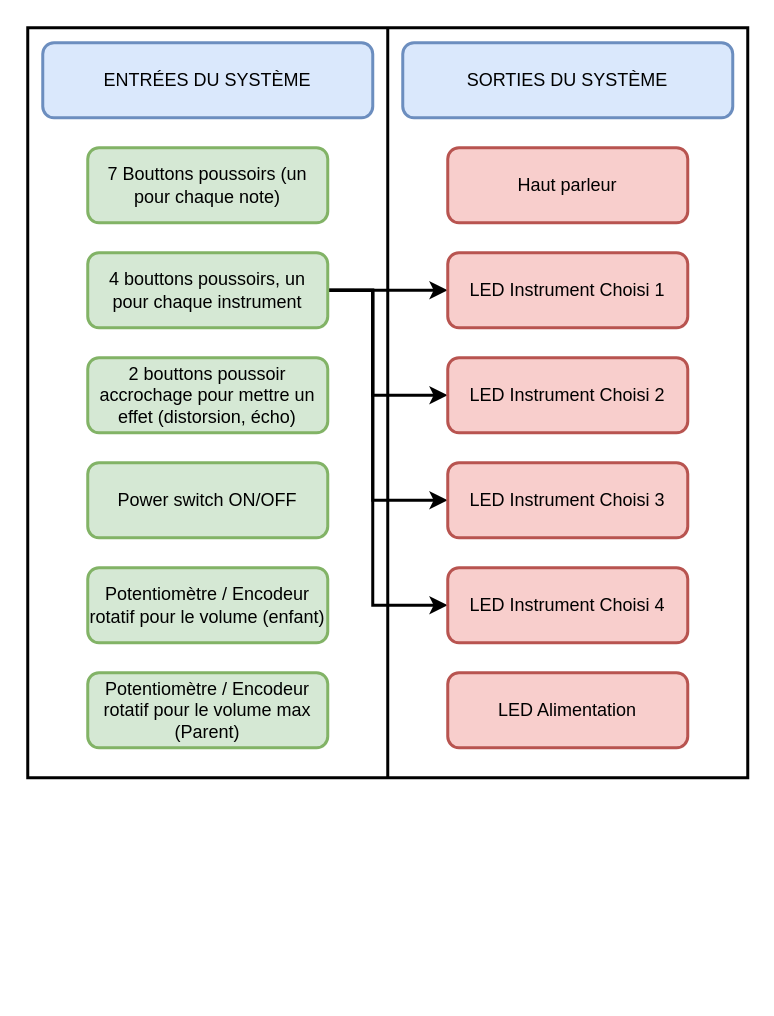
The draw.io diagram Schemas/Schema_Input_Output.drawio in Ithoh/ProjetSynthe, before the edit. Source tidied: cells renumbered, new cells numbered last; positions are measured from the earlier drawing's top-left corner, leaving out a move shared by most shapes. Both pictures are drawn from the tidied source at 150%, with x=0, y=0 at pixel (27, 27).
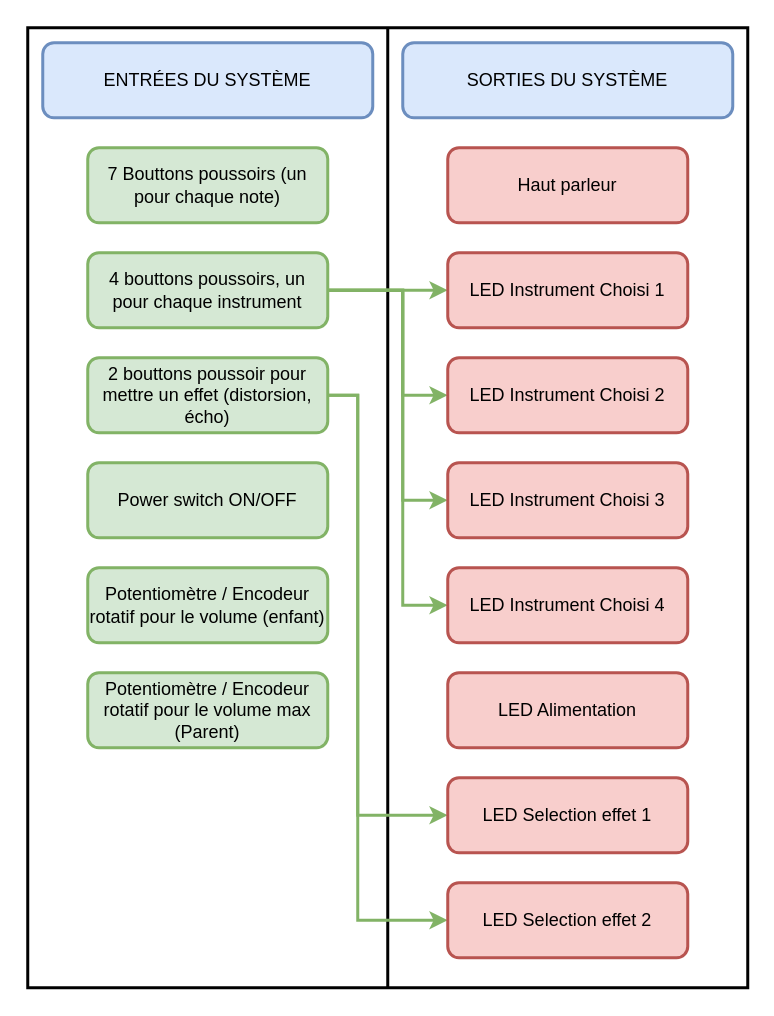
Above is the later version.

Commit message (it also covers changes not shown here):
Ajout de LED sur le schema output input

The change refers to these unchanged cells:
```xml
<mxCell id="11" value="4 bouttons poussoirs, un pour chaque instrument" style="rounded=1;whiteSpace=wrap;html=1;strokeColor=#82b366;strokeWidth=2;fillColor=#d5e8d4;" parent="1" vertex="1">
  <mxGeometry x="40" y="150" width="160" height="50" as="geometry" />
</mxCell>
<mxCell id="17" value="LED Instrument Choisi 1" style="rounded=1;whiteSpace=wrap;html=1;strokeColor=#b85450;strokeWidth=2;fillColor=#f8cecc;" parent="1" vertex="1">
  <mxGeometry x="280" y="150" width="160" height="50" as="geometry" />
</mxCell>
<mxCell id="18" value="LED Instrument Choisi 3" style="rounded=1;whiteSpace=wrap;html=1;strokeColor=#b85450;strokeWidth=2;fillColor=#f8cecc;" parent="1" vertex="1">
  <mxGeometry x="280" y="290" width="160" height="50" as="geometry" />
</mxCell>
<mxCell id="19" value="LED Instrument Choisi 2" style="rounded=1;whiteSpace=wrap;html=1;strokeColor=#b85450;strokeWidth=2;fillColor=#f8cecc;" parent="1" vertex="1">
  <mxGeometry x="280" y="220" width="160" height="50" as="geometry" />
</mxCell>
<mxCell id="20" value="LED Instrument Choisi 4" style="rounded=1;whiteSpace=wrap;html=1;strokeColor=#b85450;strokeWidth=2;fillColor=#f8cecc;" parent="1" vertex="1">
  <mxGeometry x="280" y="360" width="160" height="50" as="geometry" />
</mxCell>
```

What changed in the source:
```diff
@@
     <mxCell id="2" style="rounded=0;whiteSpace=wrap;html=1;strokeColor=default;strokeWidth=2;fillColor=none;" parent="1" vertex="1">
-      <mxGeometry width="480" height="500" as="geometry" />
+      <mxGeometry width="480" height="640" as="geometry" />
     </mxCell>
@@
-    <mxCell id="7" style="edgeStyle=orthogonalEdgeStyle;rounded=0;jettySize=auto;html=1;strokeWidth=2;" parent="1" edge="1" source="11" target="17">
+    <mxCell id="7" style="edgeStyle=orthogonalEdgeStyle;rounded=0;jettySize=auto;html=1;strokeWidth=2;fillColor=#d5e8d4;strokeColor=#82b366;" parent="1" edge="1" source="11" target="17">
       <mxGeometry relative="1" as="geometry" />
     </mxCell>
-    <mxCell id="8" style="edgeStyle=orthogonalEdgeStyle;rounded=0;jettySize=auto;html=1;exitX=1;exitY=0.5;exitDx=0;exitDy=0;entryX=0;entryY=0.5;entryDx=0;entryDy=0;strokeWidth=2;" parent="1" edge="1" source="11" target="19">
+    <mxCell id="8" style="edgeStyle=orthogonalEdgeStyle;rounded=0;jettySize=auto;html=1;exitX=1;exitY=0.5;exitDx=0;exitDy=0;entryX=0;entryY=0.5;entryDx=0;entryDy=0;strokeWidth=2;fillColor=#d5e8d4;strokeColor=#82b366;" parent="1" edge="1" source="11" target="19">
       <mxGeometry relative="1" as="geometry">
         <Array as="points">
-          <mxPoint x="230" y="175" />
-          <mxPoint x="230" y="245" />
+          <mxPoint x="250" y="175" />
+          <mxPoint x="250" y="245" />
         </Array>
       </mxGeometry>
     </mxCell>
-    <mxCell id="9" style="edgeStyle=orthogonalEdgeStyle;rounded=0;jettySize=auto;html=1;exitX=1;exitY=0.5;exitDx=0;exitDy=0;entryX=0;entryY=0.5;entryDx=0;entryDy=0;strokeWidth=2;" parent="1" edge="1" source="11" target="18">
+    <mxCell id="9" style="edgeStyle=orthogonalEdgeStyle;rounded=0;jettySize=auto;html=1;exitX=1;exitY=0.5;exitDx=0;exitDy=0;entryX=0;entryY=0.5;entryDx=0;entryDy=0;strokeWidth=2;fillColor=#d5e8d4;strokeColor=#82b366;" parent="1" edge="1" source="11" target="18">
       <mxGeometry relative="1" as="geometry">
         <Array as="points">
-          <mxPoint x="230" y="175" />
-          <mxPoint x="230" y="315" />
+          <mxPoint x="250" y="175" />
+          <mxPoint x="250" y="315" />
         </Array>
       </mxGeometry>
     </mxCell>
-    <mxCell id="10" style="edgeStyle=orthogonalEdgeStyle;rounded=0;jettySize=auto;html=1;entryX=0;entryY=0.5;entryDx=0;entryDy=0;strokeWidth=2;" parent="1" edge="1" source="11" target="20">
+    <mxCell id="10" style="edgeStyle=orthogonalEdgeStyle;rounded=0;jettySize=auto;html=1;entryX=0;entryY=0.5;entryDx=0;entryDy=0;strokeWidth=2;fillColor=#d5e8d4;strokeColor=#82b366;" parent="1" edge="1" source="11" target="20">
       <mxGeometry relative="1" as="geometry">
         <Array as="points">
-          <mxPoint x="230" y="175" />
-          <mxPoint x="230" y="385" />
+          <mxPoint x="250" y="175" />
+          <mxPoint x="250" y="385" />
         </Array>
       </mxGeometry>
     </mxCell>
@@
+    <mxCell id="22" style="edgeStyle=orthogonalEdgeStyle;rounded=0;jettySize=auto;html=1;exitX=1;exitY=0.5;exitDx=0;exitDy=0;entryX=0;entryY=0.5;entryDx=0;entryDy=0;strokeWidth=2;fillColor=#d5e8d4;strokeColor=#82b366;" parent="1" edge="1" source="12" target="21">
+      <mxGeometry relative="1" as="geometry">
+        <Array as="points">
+          <mxPoint x="220" y="245" />
+          <mxPoint x="220" y="525" />
+        </Array>
+      </mxGeometry>
+    </mxCell>
+    <mxCell id="23" style="edgeStyle=orthogonalEdgeStyle;rounded=0;jettySize=auto;html=1;exitX=1;exitY=0.5;exitDx=0;exitDy=0;entryX=0;entryY=0.5;entryDx=0;entryDy=0;strokeWidth=2;fillColor=#d5e8d4;strokeColor=#82b366;" parent="1" edge="1" source="12" target="25">
+      <mxGeometry relative="1" as="geometry">
+        <Array as="points">
+          <mxPoint x="220" y="245" />
+          <mxPoint x="220" y="595" />
+        </Array>
+      </mxGeometry>
+    </mxCell>
-    <mxCell id="12" value="2 bouttons poussoir accrochage pour mettre un effet (distorsion, écho)" style="rounded=1;whiteSpace=wrap;html=1;strokeColor=#82b366;strokeWidth=2;fillColor=#d5e8d4;" parent="1" vertex="1">
+    <mxCell id="12" value="2 bouttons poussoir pour mettre un effet (distorsion, écho)" style="rounded=1;whiteSpace=wrap;html=1;strokeColor=#82b366;strokeWidth=2;fillColor=#d5e8d4;" parent="1" vertex="1">
       <mxGeometry x="40" y="220" width="160" height="50" as="geometry" />
     </mxCell>
@@
-    <mxCell id="21" value="LED Alimentation" style="rounded=1;whiteSpace=wrap;html=1;strokeColor=#b85450;strokeWidth=2;fillColor=#f8cecc;" parent="1" vertex="1">
-      <mxGeometry x="280" y="430" width="160" height="50" as="geometry" />
+    <mxCell id="21" value="LED Selection effet 1" style="rounded=1;whiteSpace=wrap;html=1;strokeColor=#b85450;strokeWidth=2;fillColor=#f8cecc;" parent="1" vertex="1">
+      <mxGeometry x="280" y="500" width="160" height="50" as="geometry" />
     </mxCell>
+    <mxCell id="24" value="LED Alimentation" style="rounded=1;whiteSpace=wrap;html=1;strokeColor=#b85450;strokeWidth=2;fillColor=#f8cecc;" parent="1" vertex="1">
+      <mxGeometry x="280" y="430" width="160" height="50" as="geometry" />
+    </mxCell>
+    <mxCell id="25" value="LED Selection effet 2" style="rounded=1;whiteSpace=wrap;html=1;strokeColor=#b85450;strokeWidth=2;fillColor=#f8cecc;" parent="1" vertex="1">
+      <mxGeometry x="280" y="570" width="160" height="50" as="geometry" />
+    </mxCell>
```
